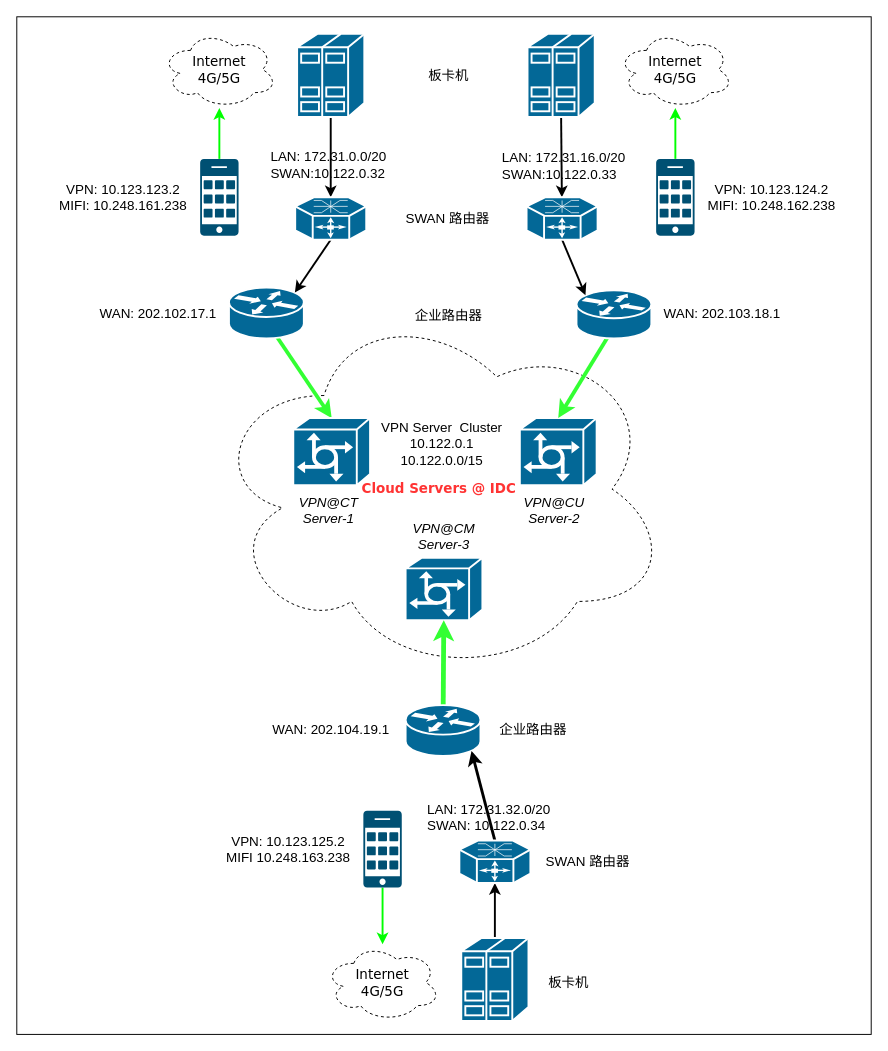
Earlier version of the draw.io diagram Untitled Diagram.drawio (nxtreaming/andy_study). Source tidied: cells renumbered, new cells numbered last; positions are measured from the earlier drawing's top-left corner, leaving out a move shared by most shapes. Both pictures are drawn from the tidied source at 96%, with x=0, y=0 at pixel (16, 16).
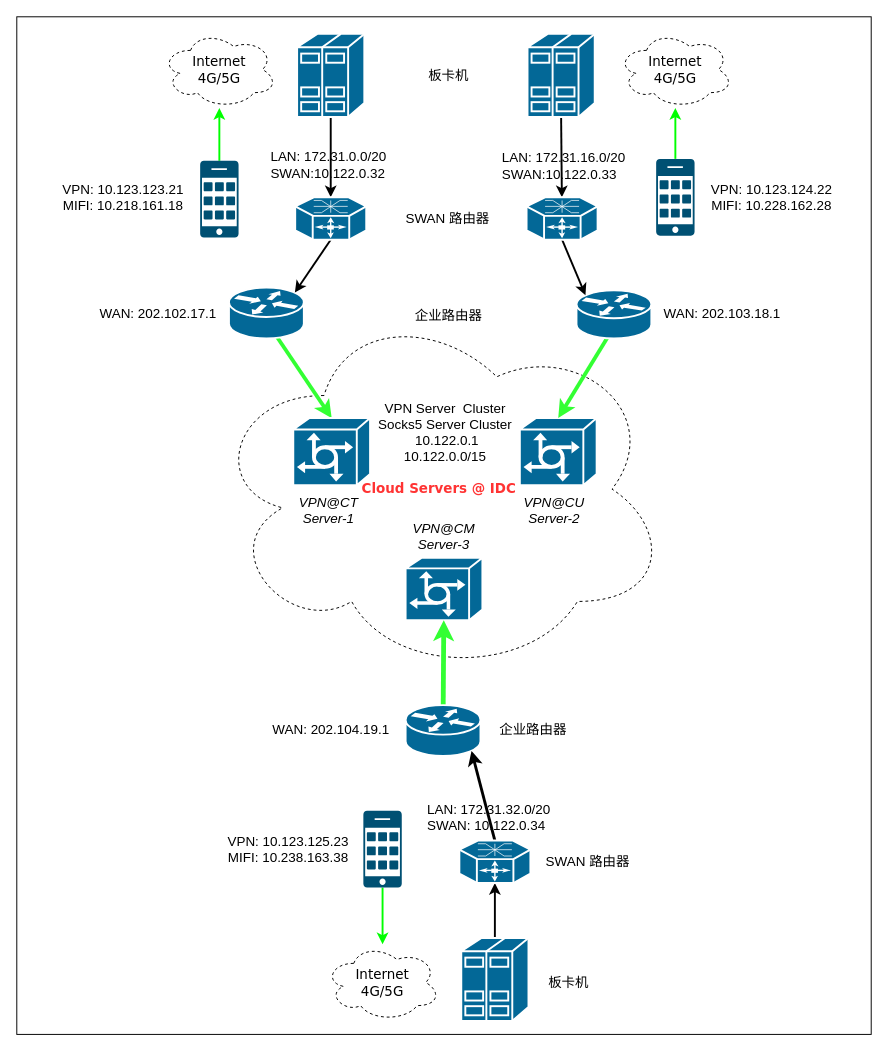
After the change.

The edit, as a diff of the source:
```diff
@@
     <mxCell id="8" style="sketch=0;points=[[0.015,0.015,0],[0.985,0.015,0],[0.985,0.985,0],[0.015,0.985,0],[0.25,0,0],[0.5,0,0],[0.75,0,0],[1,0.25,0],[1,0.5,0],[1,0.75,0],[0.75,1,0],[0.5,1,0],[0.25,1,0],[0,0.75,0],[0,0.5,0],[0,0.25,0]];verticalLabelPosition=bottom;html=1;verticalAlign=top;align=center;shape=mxgraph.cisco19.cell_phone;fillColor=#005073;strokeColor=none;" parent="1" vertex="1">
-      <mxGeometry x="191" y="148" width="40" height="80" as="geometry" />
+      <mxGeometry x="191" y="150" width="40" height="80" as="geometry" />
     </mxCell>
@@
-    <mxCell id="39" value="&lt;font style=&quot;font-size: 14px;&quot;&gt;VPN: 10.123.123.2&lt;br&gt;MIFI:&amp;nbsp;10.248.161.238&lt;br&gt;&lt;/font&gt;" style="text;strokeColor=none;align=center;fillColor=none;html=1;verticalAlign=middle;whiteSpace=wrap;rounded=0;" parent="1" vertex="1">
+    <mxCell id="39" value="&lt;font style=&quot;font-size: 14px;&quot;&gt;VPN: 10.123.123.21&lt;br&gt;MIFI:&amp;nbsp;10.218.161.18&lt;br&gt;&lt;/font&gt;" style="text;strokeColor=none;align=center;fillColor=none;html=1;verticalAlign=middle;whiteSpace=wrap;rounded=0;" parent="1" vertex="1">
       <mxGeometry x="40" y="163" width="142" height="50" as="geometry" />
     </mxCell>
-    <mxCell id="40" value="&lt;font style=&quot;font-size: 14px;&quot;&gt;VPN: 10.123.124.2&lt;br&gt;MIFI:&amp;nbsp;10.248.162.238&lt;br&gt;&lt;/font&gt;" style="text;strokeColor=none;align=center;fillColor=none;html=1;verticalAlign=middle;whiteSpace=wrap;rounded=0;" parent="1" vertex="1">
+    <mxCell id="40" value="&lt;font style=&quot;font-size: 14px;&quot;&gt;VPN: 10.123.124.22&lt;br&gt;MIFI:&amp;nbsp;10.228.162.28&lt;br&gt;&lt;/font&gt;" style="text;strokeColor=none;align=center;fillColor=none;html=1;verticalAlign=middle;whiteSpace=wrap;rounded=0;" parent="1" vertex="1">
       <mxGeometry x="713" y="163" width="147" height="50" as="geometry" />
     </mxCell>
-    <mxCell id="41" value="&lt;font style=&quot;font-size: 14px;&quot;&gt;VPN: 10.123.125.2&lt;br&gt;MIFI 10.248.163.238&lt;br&gt;&lt;/font&gt;" style="text;strokeColor=none;align=center;fillColor=none;html=1;verticalAlign=middle;whiteSpace=wrap;rounded=0;" parent="1" vertex="1">
+    <mxCell id="41" value="&lt;font style=&quot;font-size: 14px;&quot;&gt;VPN: 10.123.125.23&lt;br&gt;MIFI: 10.238.163.38&lt;br&gt;&lt;/font&gt;" style="text;strokeColor=none;align=center;fillColor=none;html=1;verticalAlign=middle;whiteSpace=wrap;rounded=0;" parent="1" vertex="1">
       <mxGeometry x="211" y="841.7" width="144" height="50.9" as="geometry" />
     </mxCell>
-    <mxCell id="42" value="&lt;font style=&quot;font-size: 14px;&quot;&gt;VPN Server&amp;nbsp; Cluster 10.122.0.1&lt;br&gt;10.122.0.0/15&lt;/font&gt;" style="text;strokeColor=none;align=center;fillColor=#FFFFFF;html=1;verticalAlign=middle;whiteSpace=wrap;rounded=0;" parent="1" vertex="1">
-      <mxGeometry x="373" y="415" width="140" height="60" as="geometry" />
+    <mxCell id="42" value="&lt;font style=&quot;font-size: 14px;&quot;&gt;VPN Server&amp;nbsp; Cluster&lt;br&gt;Socks5 Server Cluster&lt;br&gt;&amp;nbsp;10.122.0.1&lt;br&gt;10.122.0.0/15&lt;/font&gt;" style="text;strokeColor=none;align=center;fillColor=#FFFFFF;html=1;verticalAlign=middle;whiteSpace=wrap;rounded=0;" parent="1" vertex="1">
+      <mxGeometry x="373" y="390" width="147" height="85" as="geometry" />
     </mxCell>
```
